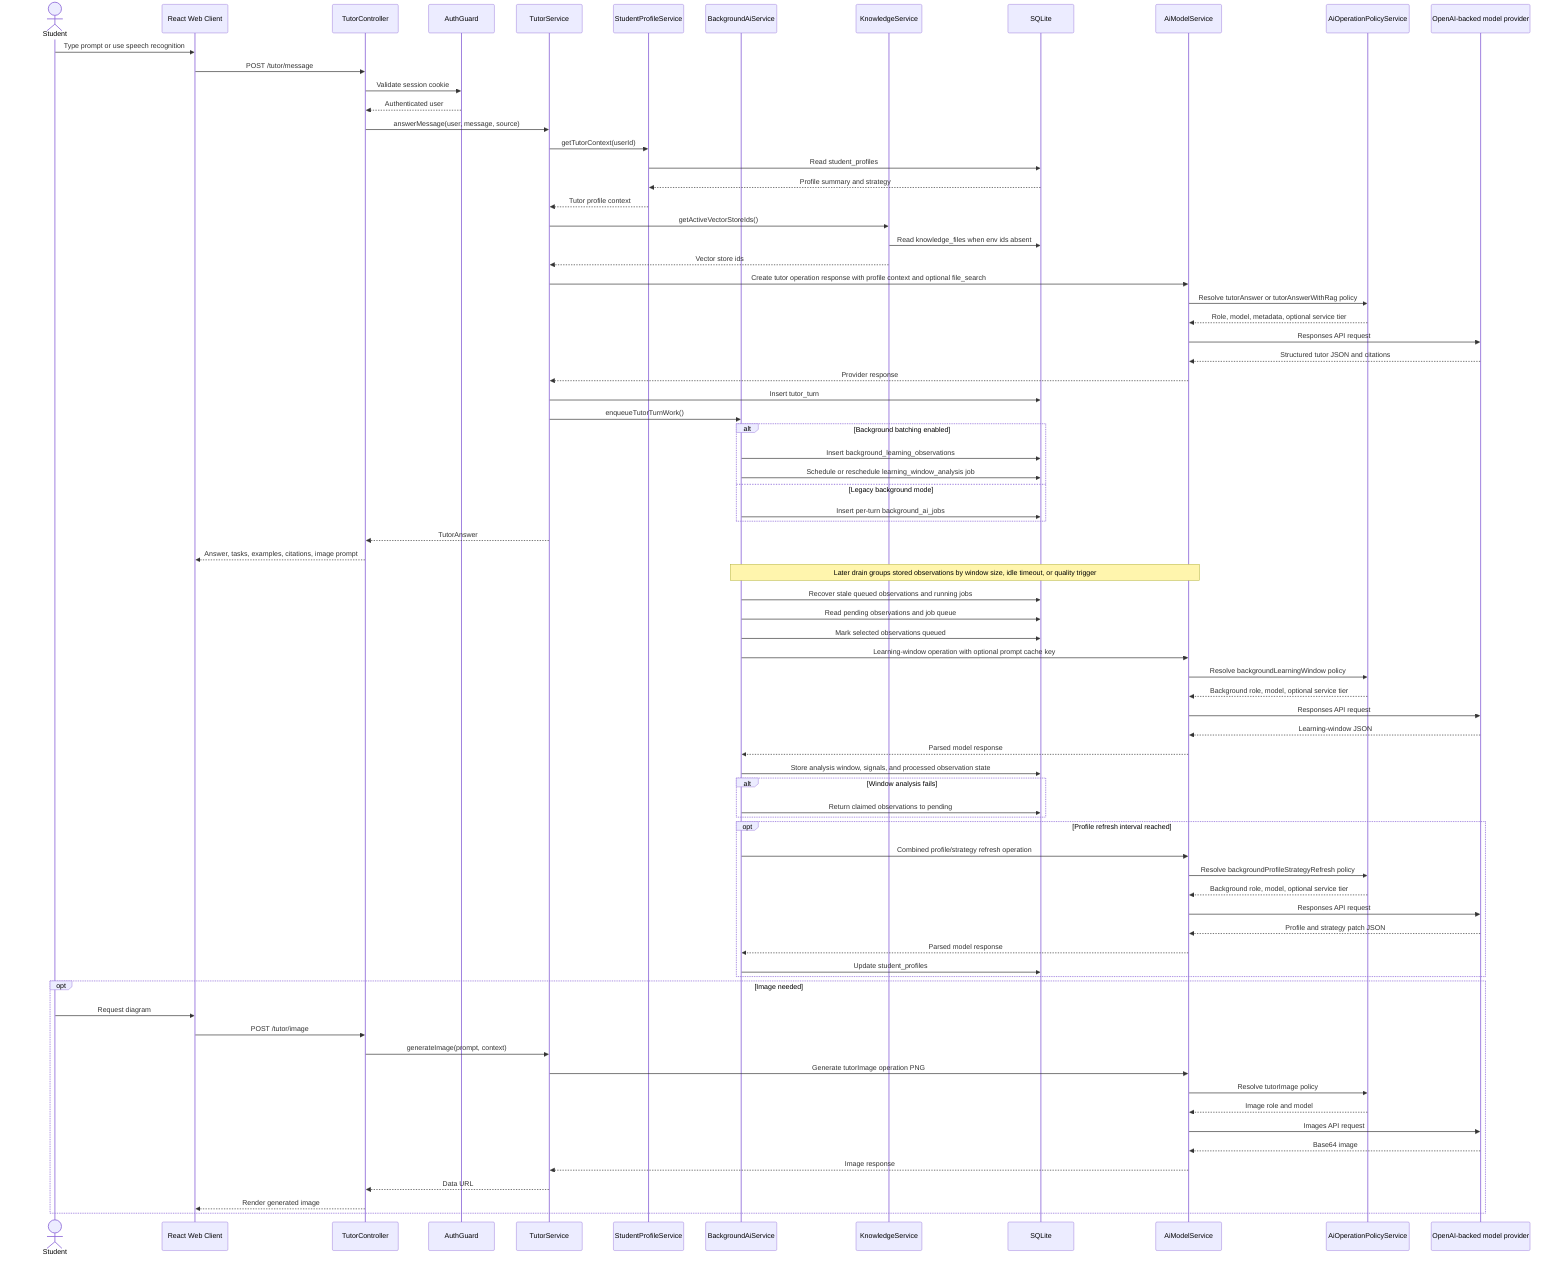
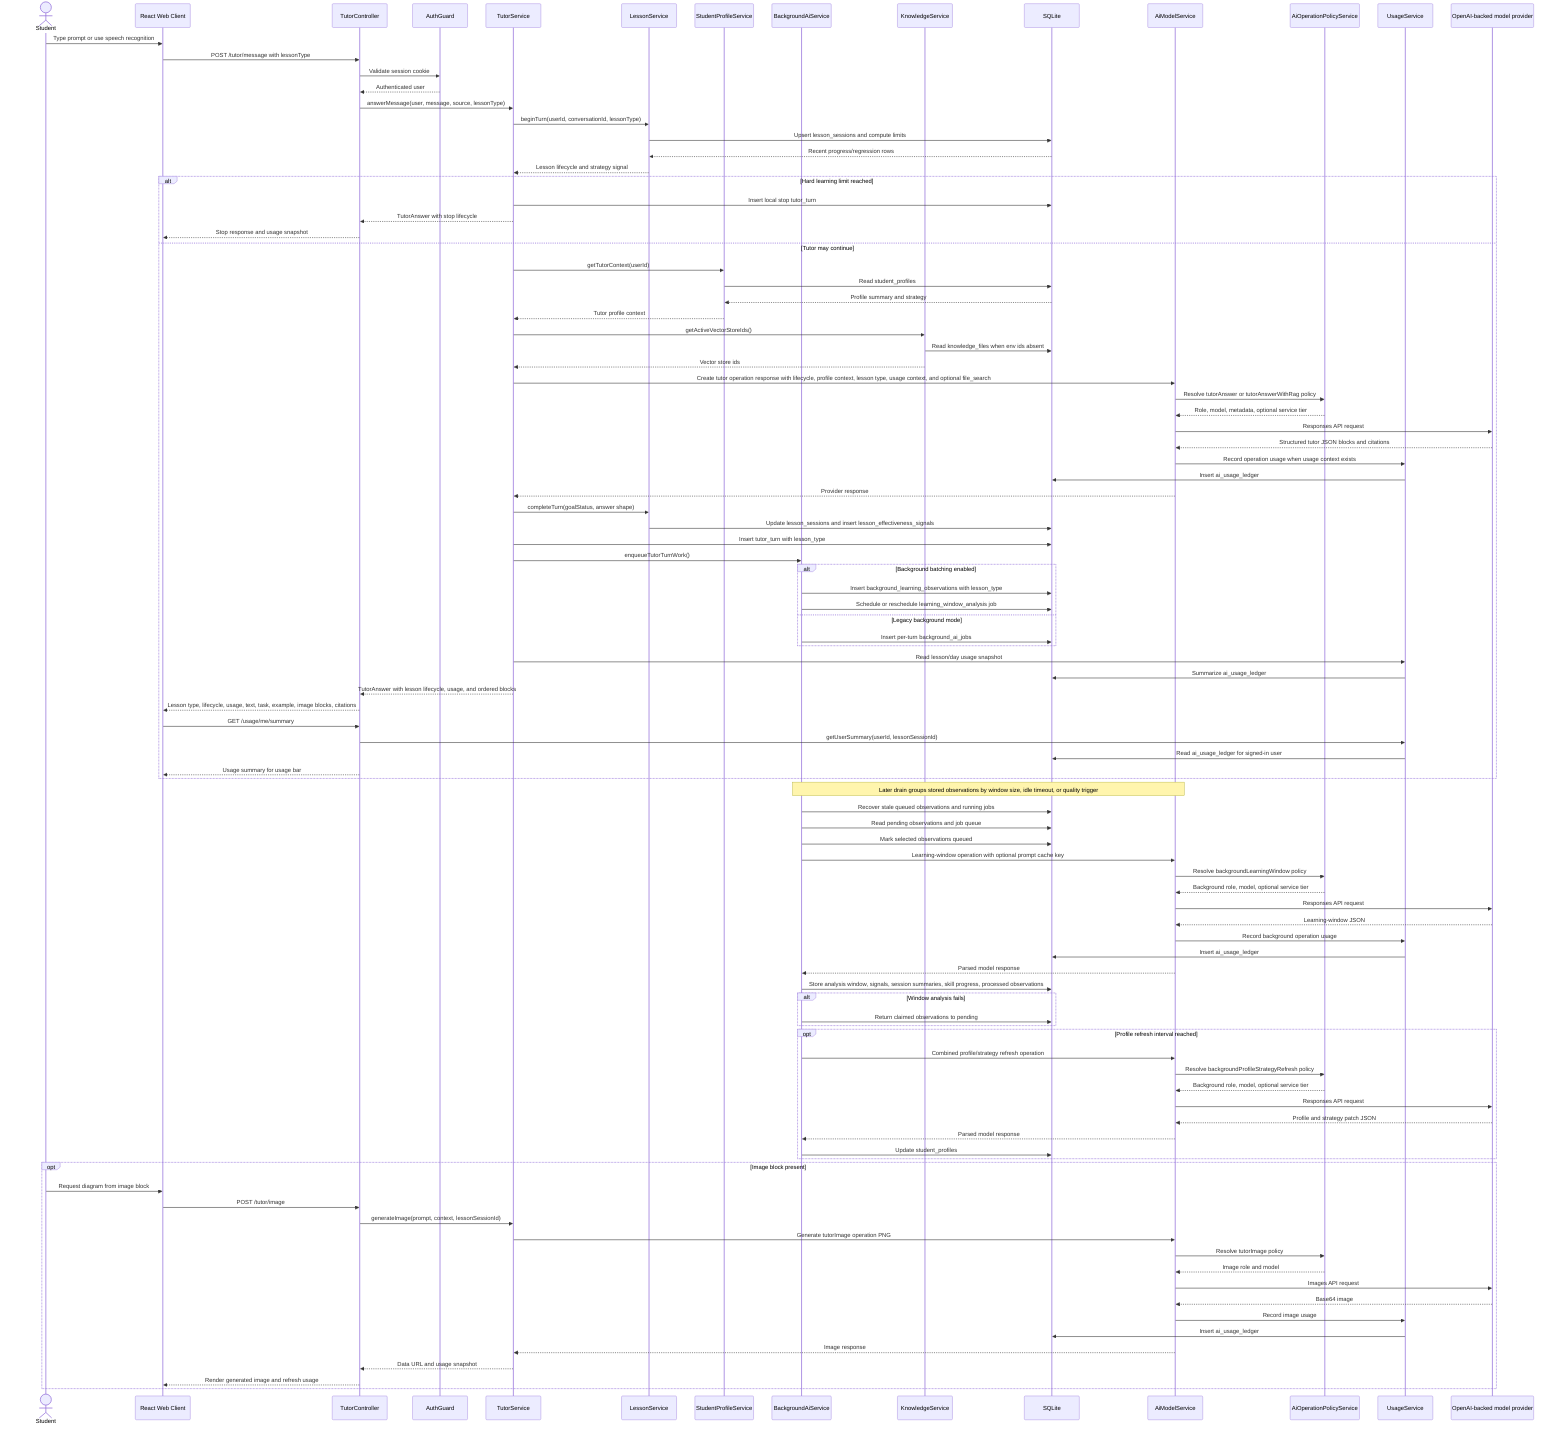
sequenceDiagram
  actor Student
  participant Web as React Web Client
  participant API as TutorController
  participant Auth as AuthGuard
  participant Tutor as TutorService
+   participant Lesson as LessonService
  participant Profile as StudentProfileService
  participant Background as BackgroundAiService
  participant Knowledge as KnowledgeService
  participant DB as SQLite
  participant AIModel as AiModelService
  participant Policy as AiOperationPolicyService
+   participant Usage as UsageService
  participant OpenAI as OpenAI-backed model provider

  Student->>Web: Type prompt or use speech recognition
-   Web->>API: POST /tutor/message
+   Web->>API: POST /tutor/message with lessonType
  API->>Auth: Validate session cookie
  Auth-->>API: Authenticated user
-   API->>Tutor: answerMessage(user, message, source)
+   API->>Tutor: answerMessage(user, message, source, lessonType)
+   Tutor->>Lesson: beginTurn(userId, conversationId, lessonType)
+   Lesson->>DB: Upsert lesson_sessions and compute limits
+   DB-->>Lesson: Recent progress/regression rows
+   Lesson-->>Tutor: Lesson lifecycle and strategy signal
+   alt Hard learning limit reached
+     Tutor->>DB: Insert local stop tutor_turn
+     Tutor-->>API: TutorAnswer with stop lifecycle
+     API-->>Web: Stop response and usage snapshot
+   else Tutor may continue
  Tutor->>Profile: getTutorContext(userId)
  Profile->>DB: Read student_profiles
  DB-->>Profile: Profile summary and strategy
  Profile-->>Tutor: Tutor profile context
  Tutor->>Knowledge: getActiveVectorStoreIds()
  Knowledge->>DB: Read knowledge_files when env ids absent
  Knowledge-->>Tutor: Vector store ids
-   Tutor->>AIModel: Create tutor operation response with profile context and optional file_search
+   Tutor->>AIModel: Create tutor operation response with lifecycle, profile context, lesson type, usage context, and optional file_search
  AIModel->>Policy: Resolve tutorAnswer or tutorAnswerWithRag policy
  Policy-->>AIModel: Role, model, metadata, optional service tier
  AIModel->>OpenAI: Responses API request
-   OpenAI-->>AIModel: Structured tutor JSON and citations
+   OpenAI-->>AIModel: Structured tutor JSON blocks and citations
+   AIModel->>Usage: Record operation usage when usage context exists
+   Usage->>DB: Insert ai_usage_ledger
  AIModel-->>Tutor: Provider response
-   Tutor->>DB: Insert tutor_turn
+   Tutor->>Lesson: completeTurn(goalStatus, answer shape)
+   Lesson->>DB: Update lesson_sessions and insert lesson_effectiveness_signals
+   Tutor->>DB: Insert tutor_turn with lesson_type
  Tutor->>Background: enqueueTutorTurnWork()
  alt Background batching enabled
-     Background->>DB: Insert background_learning_observations
+     Background->>DB: Insert background_learning_observations with lesson_type
    Background->>DB: Schedule or reschedule learning_window_analysis job
  else Legacy background mode
    Background->>DB: Insert per-turn background_ai_jobs
  end
-   Tutor-->>API: TutorAnswer
-   API-->>Web: Answer, tasks, examples, citations, image prompt
+   Tutor->>Usage: Read lesson/day usage snapshot
+   Usage->>DB: Summarize ai_usage_ledger
+   Tutor-->>API: TutorAnswer with lesson lifecycle, usage, and ordered blocks
+   API-->>Web: Lesson type, lifecycle, usage, text, task, example, image blocks, citations
+   Web->>API: GET /usage/me/summary
+   API->>Usage: getUserSummary(userId, lessonSessionId)
+   Usage->>DB: Read ai_usage_ledger for signed-in user
+   API-->>Web: Usage summary for usage bar
+   end
  Note over Background,AIModel: Later drain groups stored observations by window size, idle timeout, or quality trigger
  Background->>DB: Recover stale queued observations and running jobs
  Background->>DB: Read pending observations and job queue
  Background->>DB: Mark selected observations queued
  Background->>AIModel: Learning-window operation with optional prompt cache key
  AIModel->>Policy: Resolve backgroundLearningWindow policy
  Policy-->>AIModel: Background role, model, optional service tier
  AIModel->>OpenAI: Responses API request
  OpenAI-->>AIModel: Learning-window JSON
+   AIModel->>Usage: Record background operation usage
+   Usage->>DB: Insert ai_usage_ledger
  AIModel-->>Background: Parsed model response
-   Background->>DB: Store analysis window, signals, and processed observation state
+   Background->>DB: Store analysis window, signals, session summaries, skill progress, processed observations
  alt Window analysis fails
    Background->>DB: Return claimed observations to pending
  end
  opt Profile refresh interval reached
    Background->>AIModel: Combined profile/strategy refresh operation
    AIModel->>Policy: Resolve backgroundProfileStrategyRefresh policy
    Policy-->>AIModel: Background role, model, optional service tier
    AIModel->>OpenAI: Responses API request
    OpenAI-->>AIModel: Profile and strategy patch JSON
    AIModel-->>Background: Parsed model response
    Background->>DB: Update student_profiles
  end
-   opt Image needed
-     Student->>Web: Request diagram
+   opt Image block present
+     Student->>Web: Request diagram from image block
    Web->>API: POST /tutor/image
-     API->>Tutor: generateImage(prompt, context)
+     API->>Tutor: generateImage(prompt, context, lessonSessionId)
    Tutor->>AIModel: Generate tutorImage operation PNG
    AIModel->>Policy: Resolve tutorImage policy
    Policy-->>AIModel: Image role and model
    AIModel->>OpenAI: Images API request
    OpenAI-->>AIModel: Base64 image
+     AIModel->>Usage: Record image usage
+     Usage->>DB: Insert ai_usage_ledger
    AIModel-->>Tutor: Image response
-     Tutor-->>API: Data URL
-     API-->>Web: Render generated image
+     Tutor-->>API: Data URL and usage snapshot
+     API-->>Web: Render generated image and refresh usage
  end
